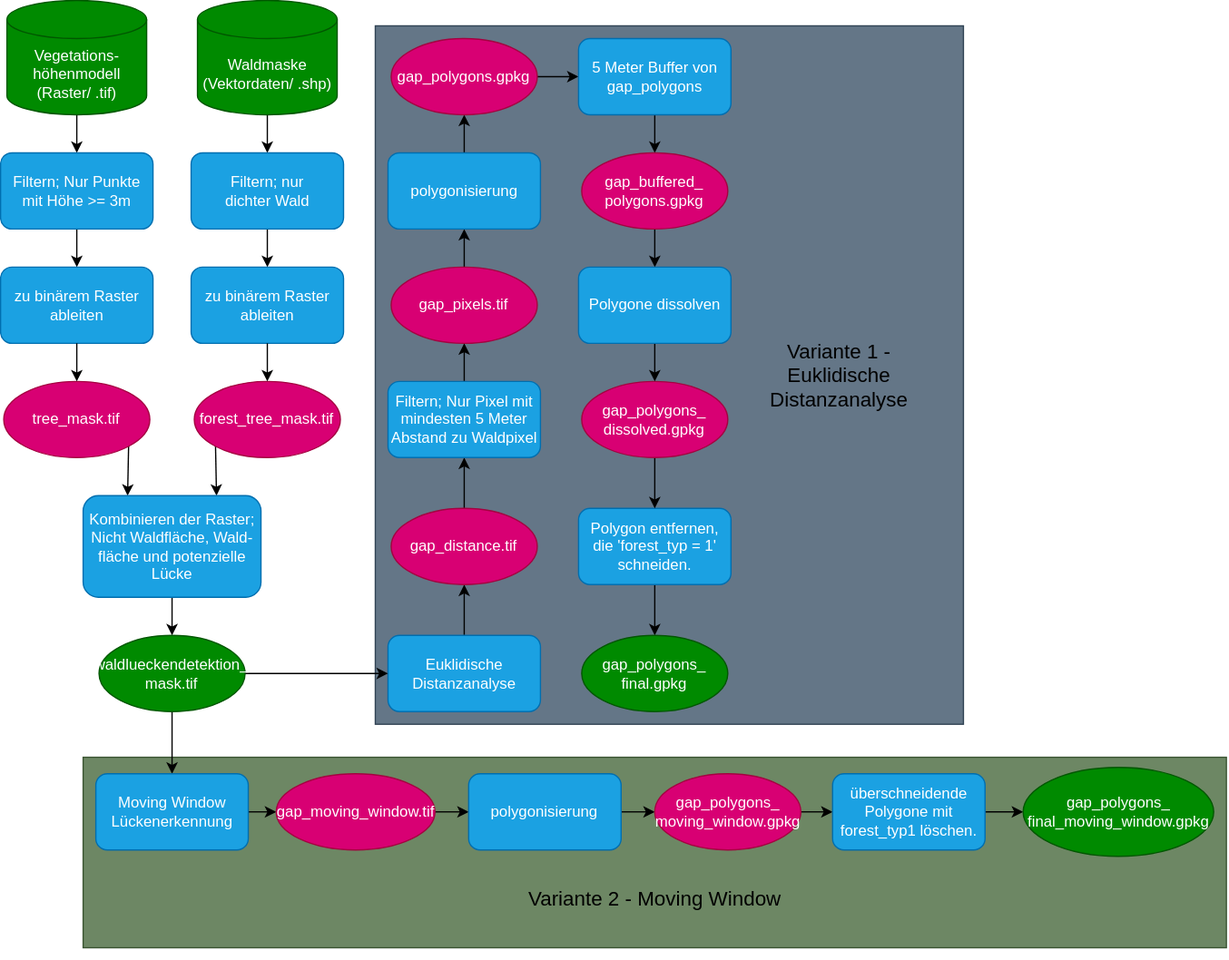
Earlier version of the draw.io export Lueckendetektion.drawio.svg (liobio72/Lueckendetektion). Source tidied: cells renumbered, new cells last; positions are measured from the earlier drawing's top-left corner, leaving out a move shared by most shapes.
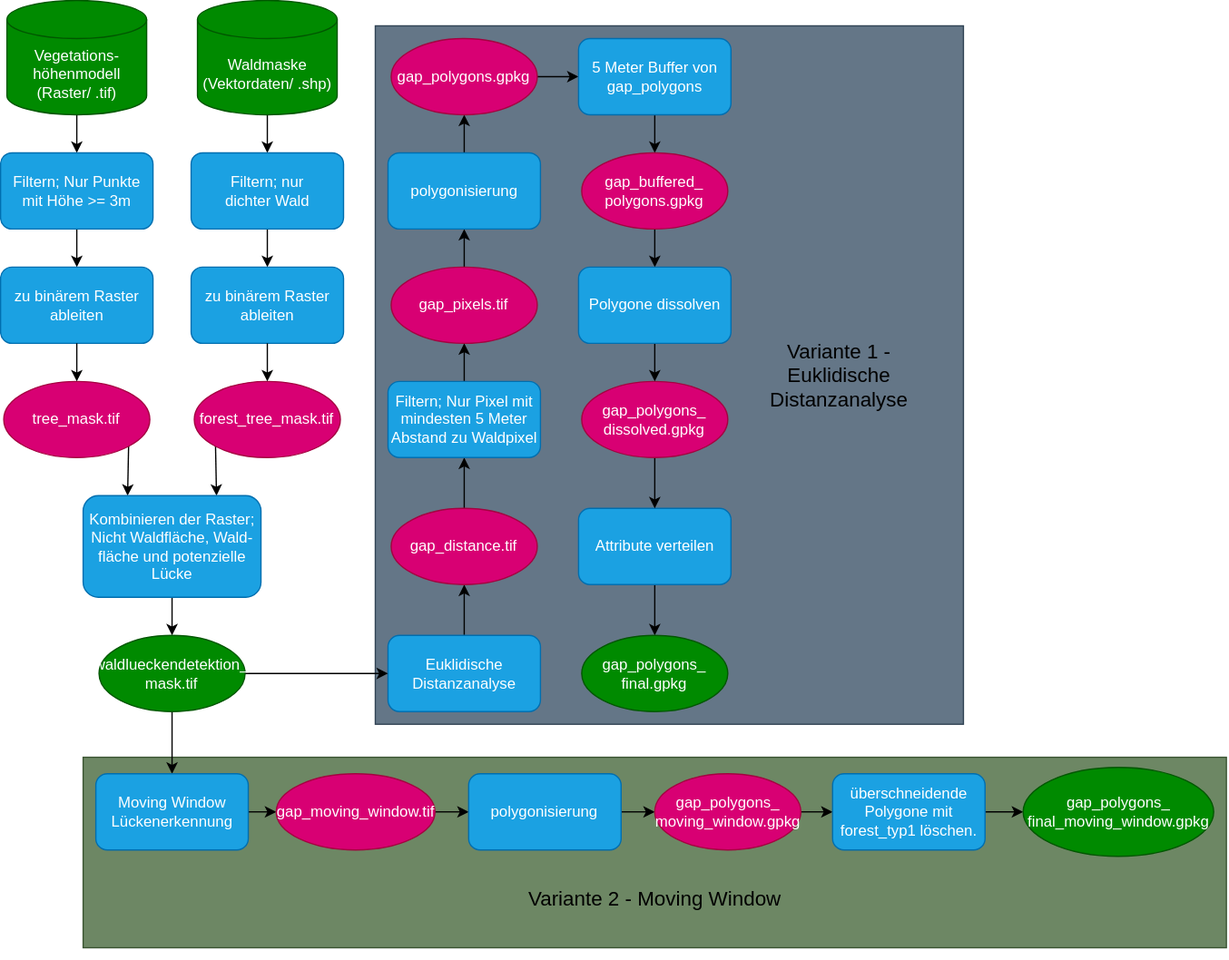
Above is the later version.

What changed in the source:
```diff
@@ -122,7 +122,7 @@
     <mxCell id="41" style="edgeStyle=orthogonalEdgeStyle;rounded=0;jettySize=auto;html=1;exitX=0.5;exitY=1;exitDx=0;exitDy=0;entryX=0.5;entryY=0;entryDx=0;entryDy=0;" parent="1" edge="1" source="42" target="47">
       <mxGeometry relative="1" as="geometry" />
     </mxCell>
-    <mxCell id="42" value="Polygon entfernen, die 'forest_typ = 1' schneiden." style="rounded=1;whiteSpace=wrap;html=1;fillColor=#1ba1e2;fontColor=#ffffff;strokeColor=#006EAF;" parent="1" vertex="1">
+    <mxCell id="42" value="Attribute verteilen" style="rounded=1;whiteSpace=wrap;html=1;fillColor=#1ba1e2;fontColor=#ffffff;strokeColor=#006EAF;" parent="1" vertex="1">
       <mxGeometry x="455" y="400" width="120" height="60" as="geometry" />
     </mxCell>
     <mxCell id="43" style="edgeStyle=orthogonalEdgeStyle;rounded=0;jettySize=auto;html=1;exitX=0.5;exitY=1;exitDx=0;exitDy=0;entryX=0.5;entryY=0;entryDx=0;entryDy=0;" parent="1" edge="1" source="44" target="42">
```
